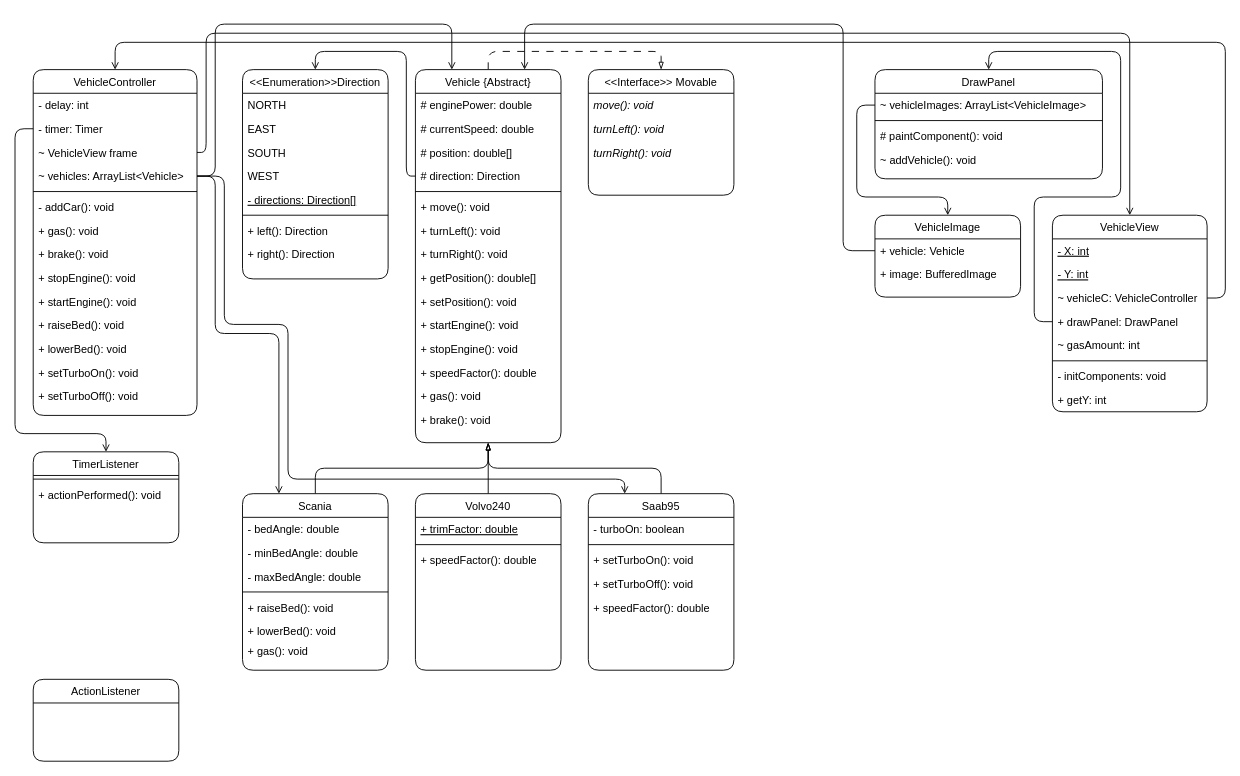
The draw.io diagram src/main/resources/Lab3.drawio in ElliotMS-Chalmers/TDA553-lab-4, before the edit. Source tidied: cells renumbered, new cells numbered last; positions are measured from the earlier drawing's top-left corner, leaving out a move shared by most shapes. Both pictures are drawn from the tidied source at 91%, with x=0, y=0 at pixel (15, 24).
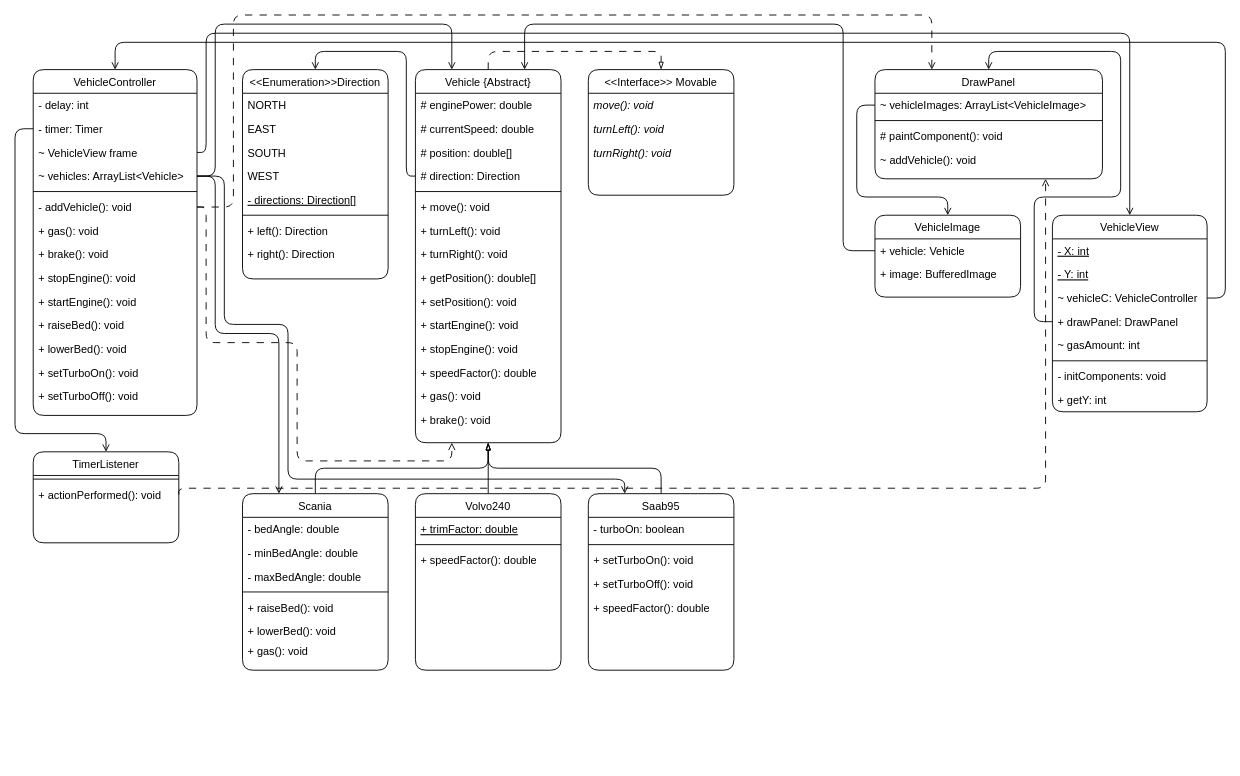
After the change.

The change refers to these unchanged cells:
```xml
<mxCell id="2" value="VehicleController" style="swimlane;fontStyle=0;align=center;verticalAlign=top;horizontal=1;startSize=26;rounded=1;shadow=0;strokeWidth=1;" parent="1" vertex="1">
  <mxGeometry x="20" y="50" width="180" height="380" as="geometry" />
</mxCell>
<mxCell id="33" value="DrawPanel" style="swimlane;fontStyle=0;align=center;verticalAlign=top;horizontal=1;startSize=26;rounded=1;shadow=0;strokeWidth=1;" parent="1" vertex="1">
  <mxGeometry x="945" y="50" width="250" height="120" as="geometry" />
</mxCell>
<mxCell id="60" value="Vehicle {Abstract}" style="swimlane;fontStyle=0;align=center;verticalAlign=top;horizontal=1;startSize=26;rounded=1;shadow=0;strokeWidth=1;" parent="1" vertex="1">
  <mxGeometry x="440" y="50" width="160" height="410" as="geometry" />
</mxCell>
<mxCell id="79" value="+ actionPerformed(): void" style="text;align=left;verticalAlign=top;spacingLeft=4;spacingRight=4;overflow=hidden;points=[[0,0.5],[1,0.5]];portConstraint=eastwest;rounded=1;" parent="77" vertex="1">
  <mxGeometry y="34" width="160" height="26" as="geometry" />
</mxCell>
```

What changed in the source:
```diff
@@
-    <mxCell id="8" value="- addCar(): void" style="text;align=left;verticalAlign=top;spacingLeft=4;spacingRight=4;overflow=hidden;points=[[0,0.5],[1,0.5]];portConstraint=eastwest;rounded=1;" parent="2" vertex="1">
+    <mxCell id="8" value="- addVehicle(): void" style="text;align=left;verticalAlign=top;spacingLeft=4;spacingRight=4;overflow=hidden;points=[[0,0.5],[1,0.5]];portConstraint=eastwest;rounded=1;" parent="2" vertex="1">
       <mxGeometry y="138" width="180" height="26" as="geometry" />
     </mxCell>
@@
-    <mxCell id="76" value="ActionListener" style="swimlane;fontStyle=0;align=center;verticalAlign=top;horizontal=1;startSize=26;rounded=1;shadow=0;strokeWidth=1;" parent="1" vertex="1">
-      <mxGeometry x="20" y="720" width="160" height="90" as="geometry" />
-    </mxCell>
@@
+    <mxCell id="99" style="edgeStyle=orthogonalEdgeStyle;rounded=1;jettySize=auto;html=1;exitX=1;exitY=0.5;exitDx=0;exitDy=0;entryX=0.25;entryY=1;entryDx=0;entryDy=0;dashed=1;dashPattern=8 8;endArrow=open;endFill=0;" parent="1" edge="1" source="8" target="60">
+      <mxGeometry relative="1" as="geometry">
+        <Array as="points">
+          <mxPoint x="210" y="201" />
+          <mxPoint x="210" y="350" />
+          <mxPoint x="310" y="350" />
+          <mxPoint x="310" y="480" />
+          <mxPoint x="480" y="480" />
+        </Array>
+      </mxGeometry>
+    </mxCell>
+    <mxCell id="100" style="edgeStyle=orthogonalEdgeStyle;rounded=1;jettySize=auto;html=1;exitX=1;exitY=0.5;exitDx=0;exitDy=0;entryX=0.25;entryY=0;entryDx=0;entryDy=0;dashed=1;dashPattern=8 8;endArrow=open;endFill=0;" parent="1" edge="1" source="8" target="33">
+      <mxGeometry relative="1" as="geometry">
+        <Array as="points">
+          <mxPoint x="240" y="201" />
+          <mxPoint x="240" y="-10" />
+          <mxPoint x="1008" y="-10" />
+        </Array>
+      </mxGeometry>
+    </mxCell>
+    <mxCell id="101" style="edgeStyle=orthogonalEdgeStyle;rounded=1;jettySize=auto;html=1;exitX=1;exitY=0.5;exitDx=0;exitDy=0;entryX=0.75;entryY=1;entryDx=0;entryDy=0;dashed=1;dashPattern=8 8;endArrow=open;endFill=0;" parent="1" edge="1" source="79" target="33">
+      <mxGeometry relative="1" as="geometry">
+        <Array as="points">
+          <mxPoint x="180" y="510" />
+          <mxPoint x="1133" y="510" />
+        </Array>
+      </mxGeometry>
+    </mxCell>
```
